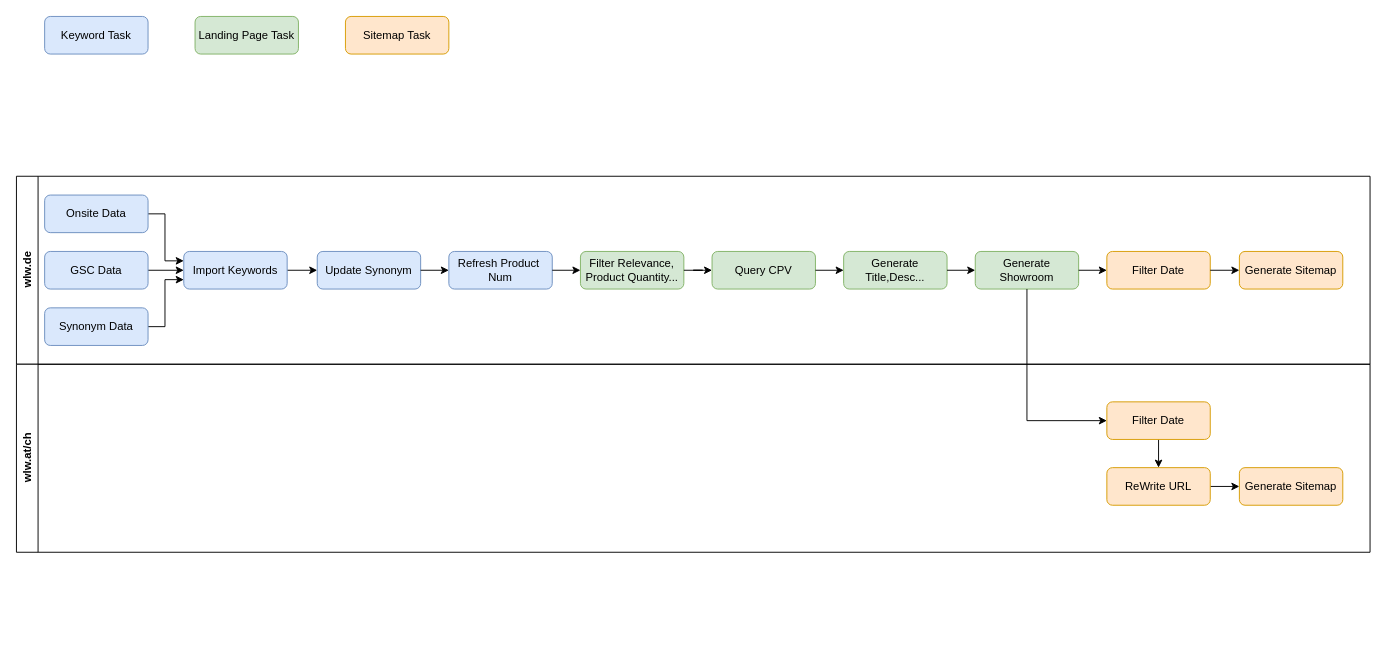
Before: drawio/wlw_sitemap.drawio in VisableHarry/seo-drawio, a draw.io diagram. Source tidied: cells renumbered, new cells numbered last; positions are measured from the earlier drawing's top-left corner, leaving out a move shared by most shapes. Both pictures are drawn from the tidied source at 94%, with x=0, y=0 at pixel (16, 16).
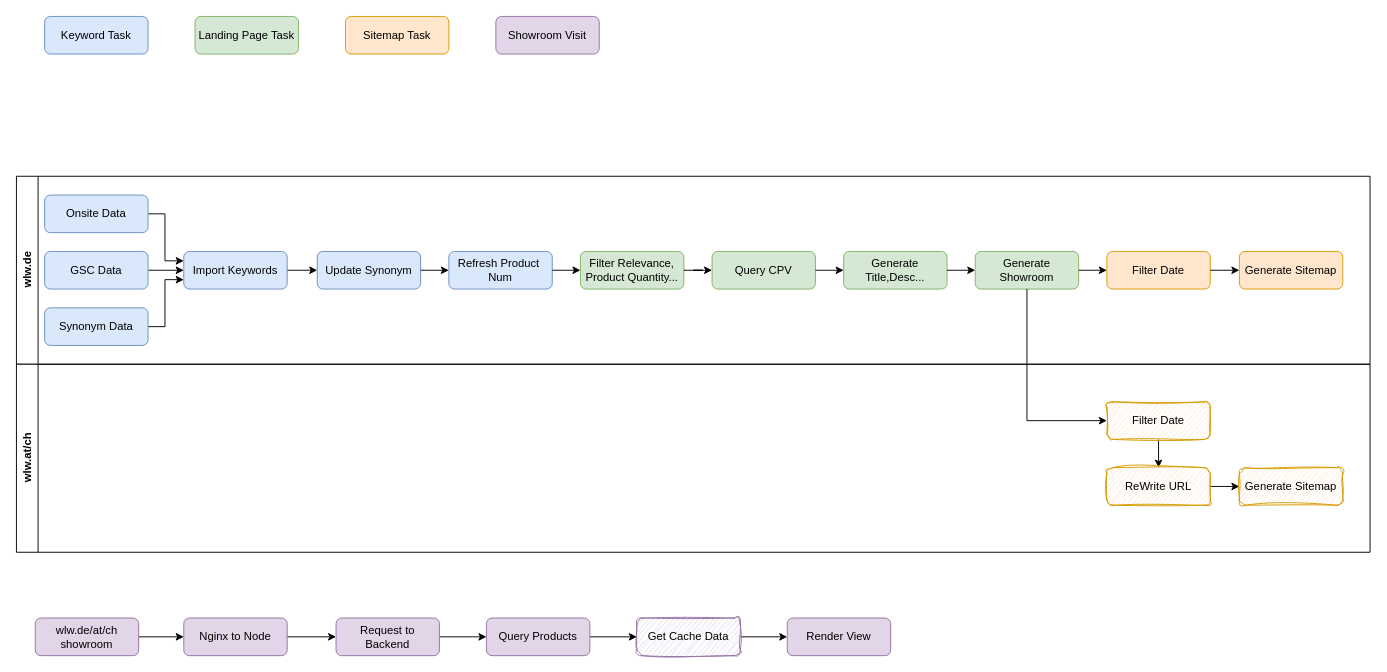
The same page after the edit.

Unchanged cells that the change refers to:
```xml
<mxCell id="14" value="wlw.at/ch" style="swimlane;horizontal=0;whiteSpace=wrap;html=1;" parent="13" vertex="1">
  <mxGeometry y="200" width="1440" height="200" as="geometry" />
</mxCell>
```

What changed in the source:
```diff
@@
-    <mxCell id="16" value="Filter Date" style="rounded=1;whiteSpace=wrap;html=1;fillColor=#ffe6cc;strokeColor=#d79b00;" parent="14" vertex="1">
+    <mxCell id="16" value="Filter Date" style="rounded=1;whiteSpace=wrap;html=1;fillColor=#ffe6cc;strokeColor=#d79b00;sketch=1;curveFitting=1;jiggle=2;" parent="14" vertex="1">
       <mxGeometry x="1160" y="40" width="110" height="40" as="geometry" />
     </mxCell>
@@
-    <mxCell id="18" value="ReWrite URL" style="rounded=1;whiteSpace=wrap;html=1;fillColor=#ffe6cc;strokeColor=#d79b00;" parent="14" vertex="1">
+    <mxCell id="18" value="ReWrite URL" style="rounded=1;whiteSpace=wrap;html=1;fillColor=#ffe6cc;strokeColor=#d79b00;sketch=1;curveFitting=1;jiggle=2;" parent="14" vertex="1">
       <mxGeometry x="1160" y="110" width="110" height="40" as="geometry" />
     </mxCell>
-    <mxCell id="19" value="Generate Sitemap" style="rounded=1;whiteSpace=wrap;html=1;fillColor=#ffe6cc;strokeColor=#d79b00;" parent="14" vertex="1">
+    <mxCell id="19" value="Generate Sitemap" style="rounded=1;whiteSpace=wrap;html=1;fillColor=#ffe6cc;strokeColor=#d79b00;sketch=1;curveFitting=1;jiggle=2;" parent="14" vertex="1">
       <mxGeometry x="1301" y="110" width="110" height="40" as="geometry" />
     </mxCell>
@@
+    <mxCell id="36" style="edgeStyle=orthogonalEdgeStyle;rounded=0;jettySize=auto;html=1;exitX=1;exitY=0.5;exitDx=0;exitDy=0;" parent="1" edge="1" source="37" target="39">
+      <mxGeometry relative="1" as="geometry" />
+    </mxCell>
+    <mxCell id="37" value="wlw.de/at/ch showroom" style="rounded=1;whiteSpace=wrap;html=1;fillColor=#e1d5e7;strokeColor=#9673a6;" parent="1" vertex="1">
+      <mxGeometry x="20" y="640" width="110" height="40" as="geometry" />
+    </mxCell>
+    <mxCell id="38" style="edgeStyle=orthogonalEdgeStyle;rounded=0;jettySize=auto;html=1;exitX=1;exitY=0.5;exitDx=0;exitDy=0;entryX=0;entryY=0.5;entryDx=0;entryDy=0;" parent="1" edge="1" source="39" target="42">
+      <mxGeometry relative="1" as="geometry" />
+    </mxCell>
+    <mxCell id="39" value="Nginx to Node" style="rounded=1;whiteSpace=wrap;html=1;fillColor=#e1d5e7;strokeColor=#9673a6;" parent="1" vertex="1">
+      <mxGeometry x="178" y="640" width="110" height="40" as="geometry" />
+    </mxCell>
+    <mxCell id="40" value="Showroom Visit" style="rounded=1;whiteSpace=wrap;html=1;fillColor=#e1d5e7;strokeColor=#9673a6;" parent="1" vertex="1">
+      <mxGeometry x="510" width="110" height="40" as="geometry" />
+    </mxCell>
+    <mxCell id="41" style="edgeStyle=orthogonalEdgeStyle;rounded=0;jettySize=auto;html=1;exitX=1;exitY=0.5;exitDx=0;exitDy=0;entryX=0;entryY=0.5;entryDx=0;entryDy=0;" parent="1" edge="1" source="42" target="44">
+      <mxGeometry relative="1" as="geometry" />
+    </mxCell>
+    <mxCell id="42" value="Request to Backend" style="rounded=1;whiteSpace=wrap;html=1;fillColor=#e1d5e7;strokeColor=#9673a6;" parent="1" vertex="1">
+      <mxGeometry x="340" y="640" width="110" height="40" as="geometry" />
+    </mxCell>
+    <mxCell id="43" style="edgeStyle=orthogonalEdgeStyle;rounded=0;jettySize=auto;html=1;exitX=1;exitY=0.5;exitDx=0;exitDy=0;entryX=0;entryY=0.5;entryDx=0;entryDy=0;" parent="1" edge="1" source="44" target="46">
+      <mxGeometry relative="1" as="geometry" />
+    </mxCell>
+    <mxCell id="44" value="Query Products" style="rounded=1;whiteSpace=wrap;html=1;fillColor=#e1d5e7;strokeColor=#9673a6;" parent="1" vertex="1">
+      <mxGeometry x="500" y="640" width="110" height="40" as="geometry" />
+    </mxCell>
+    <mxCell id="45" style="edgeStyle=orthogonalEdgeStyle;rounded=0;jettySize=auto;html=1;exitX=1;exitY=0.5;exitDx=0;exitDy=0;entryX=0;entryY=0.5;entryDx=0;entryDy=0;" parent="1" edge="1" source="46" target="47">
+      <mxGeometry relative="1" as="geometry" />
+    </mxCell>
+    <mxCell id="46" value="Get Cache Data" style="rounded=1;whiteSpace=wrap;html=1;fillColor=#e1d5e7;strokeColor=#9673a6;sketch=1;curveFitting=1;jiggle=2;" parent="1" vertex="1">
+      <mxGeometry x="660" y="640" width="110" height="40" as="geometry" />
+    </mxCell>
+    <mxCell id="47" value="Render View" style="rounded=1;whiteSpace=wrap;html=1;fillColor=#e1d5e7;strokeColor=#9673a6;" parent="1" vertex="1">
+      <mxGeometry x="820" y="640" width="110" height="40" as="geometry" />
+    </mxCell>
```
